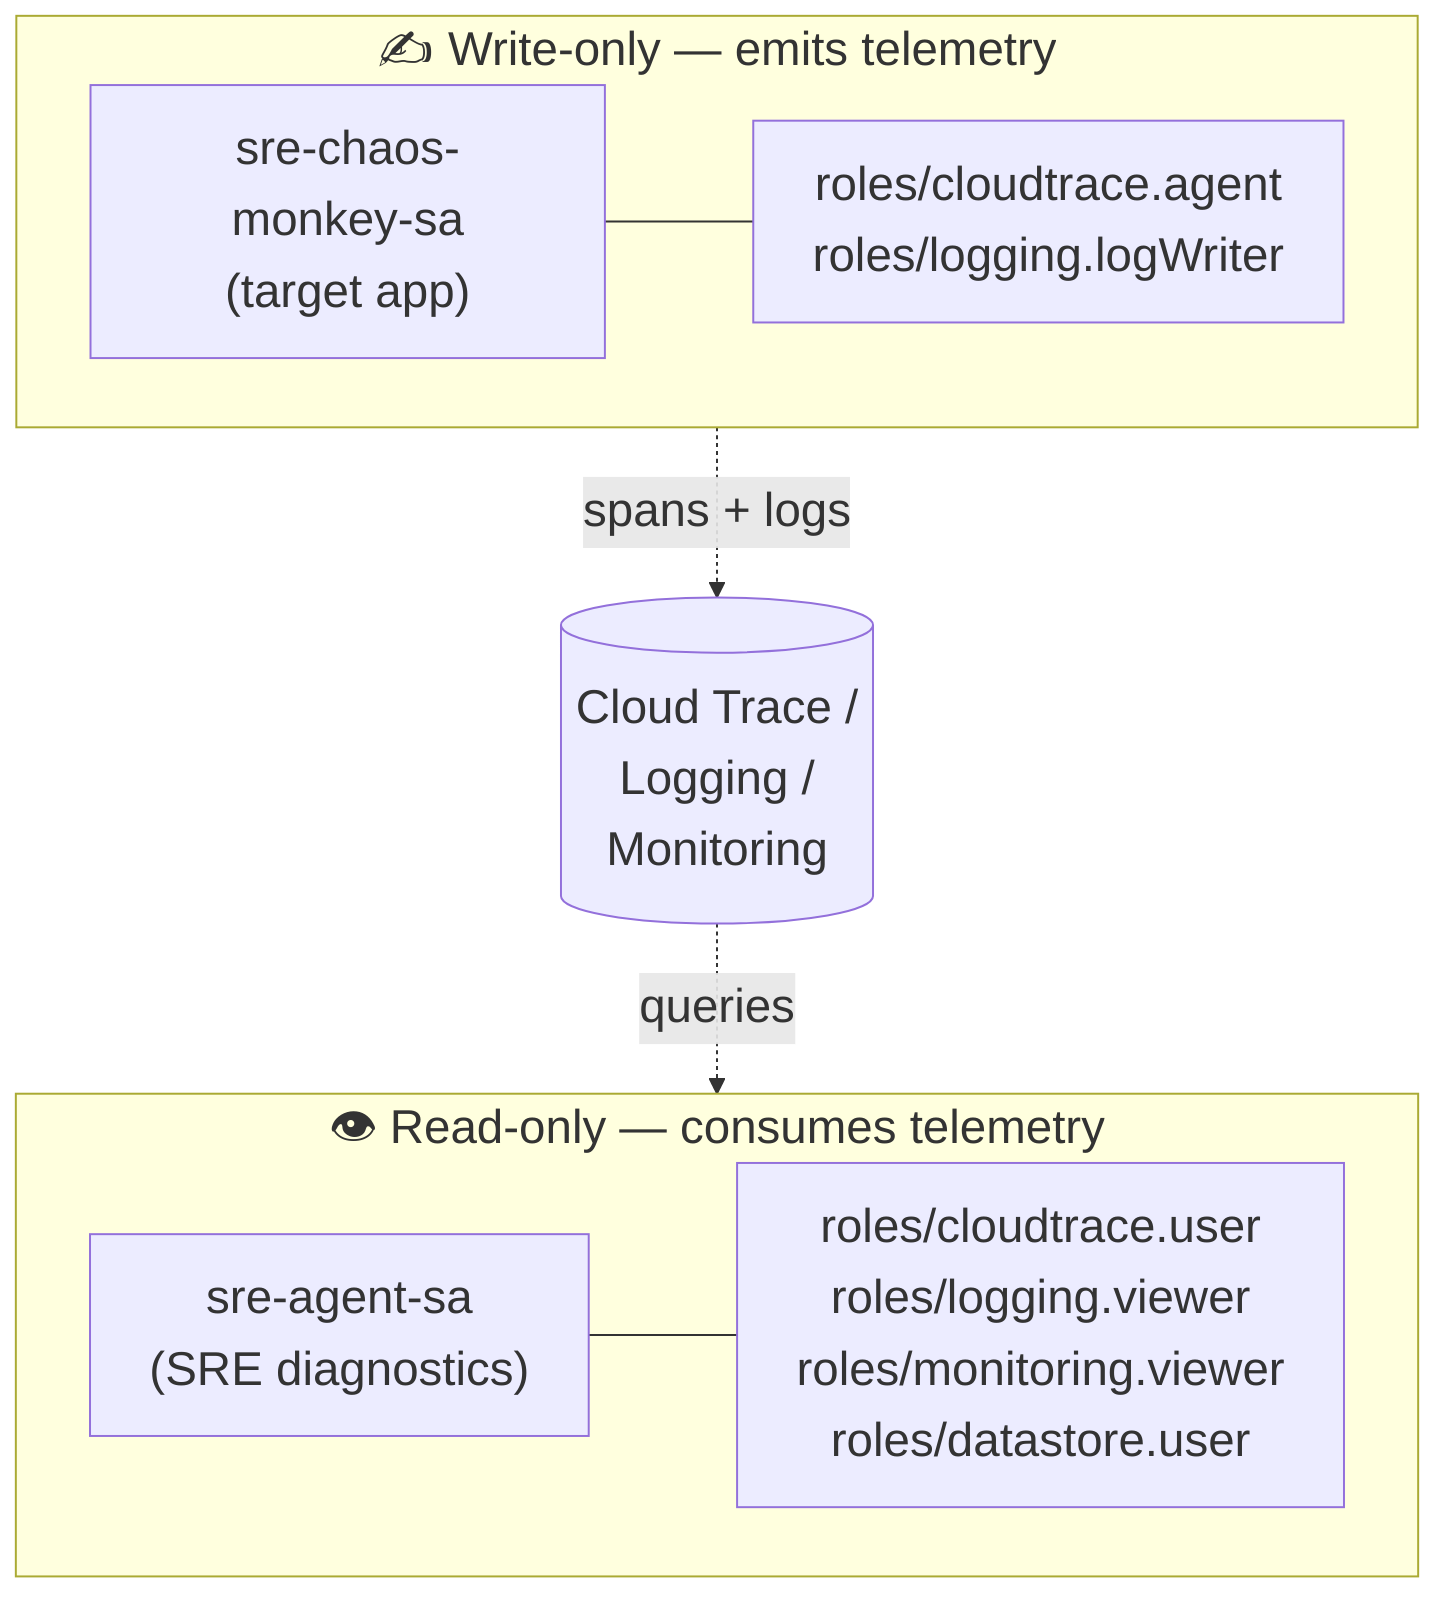
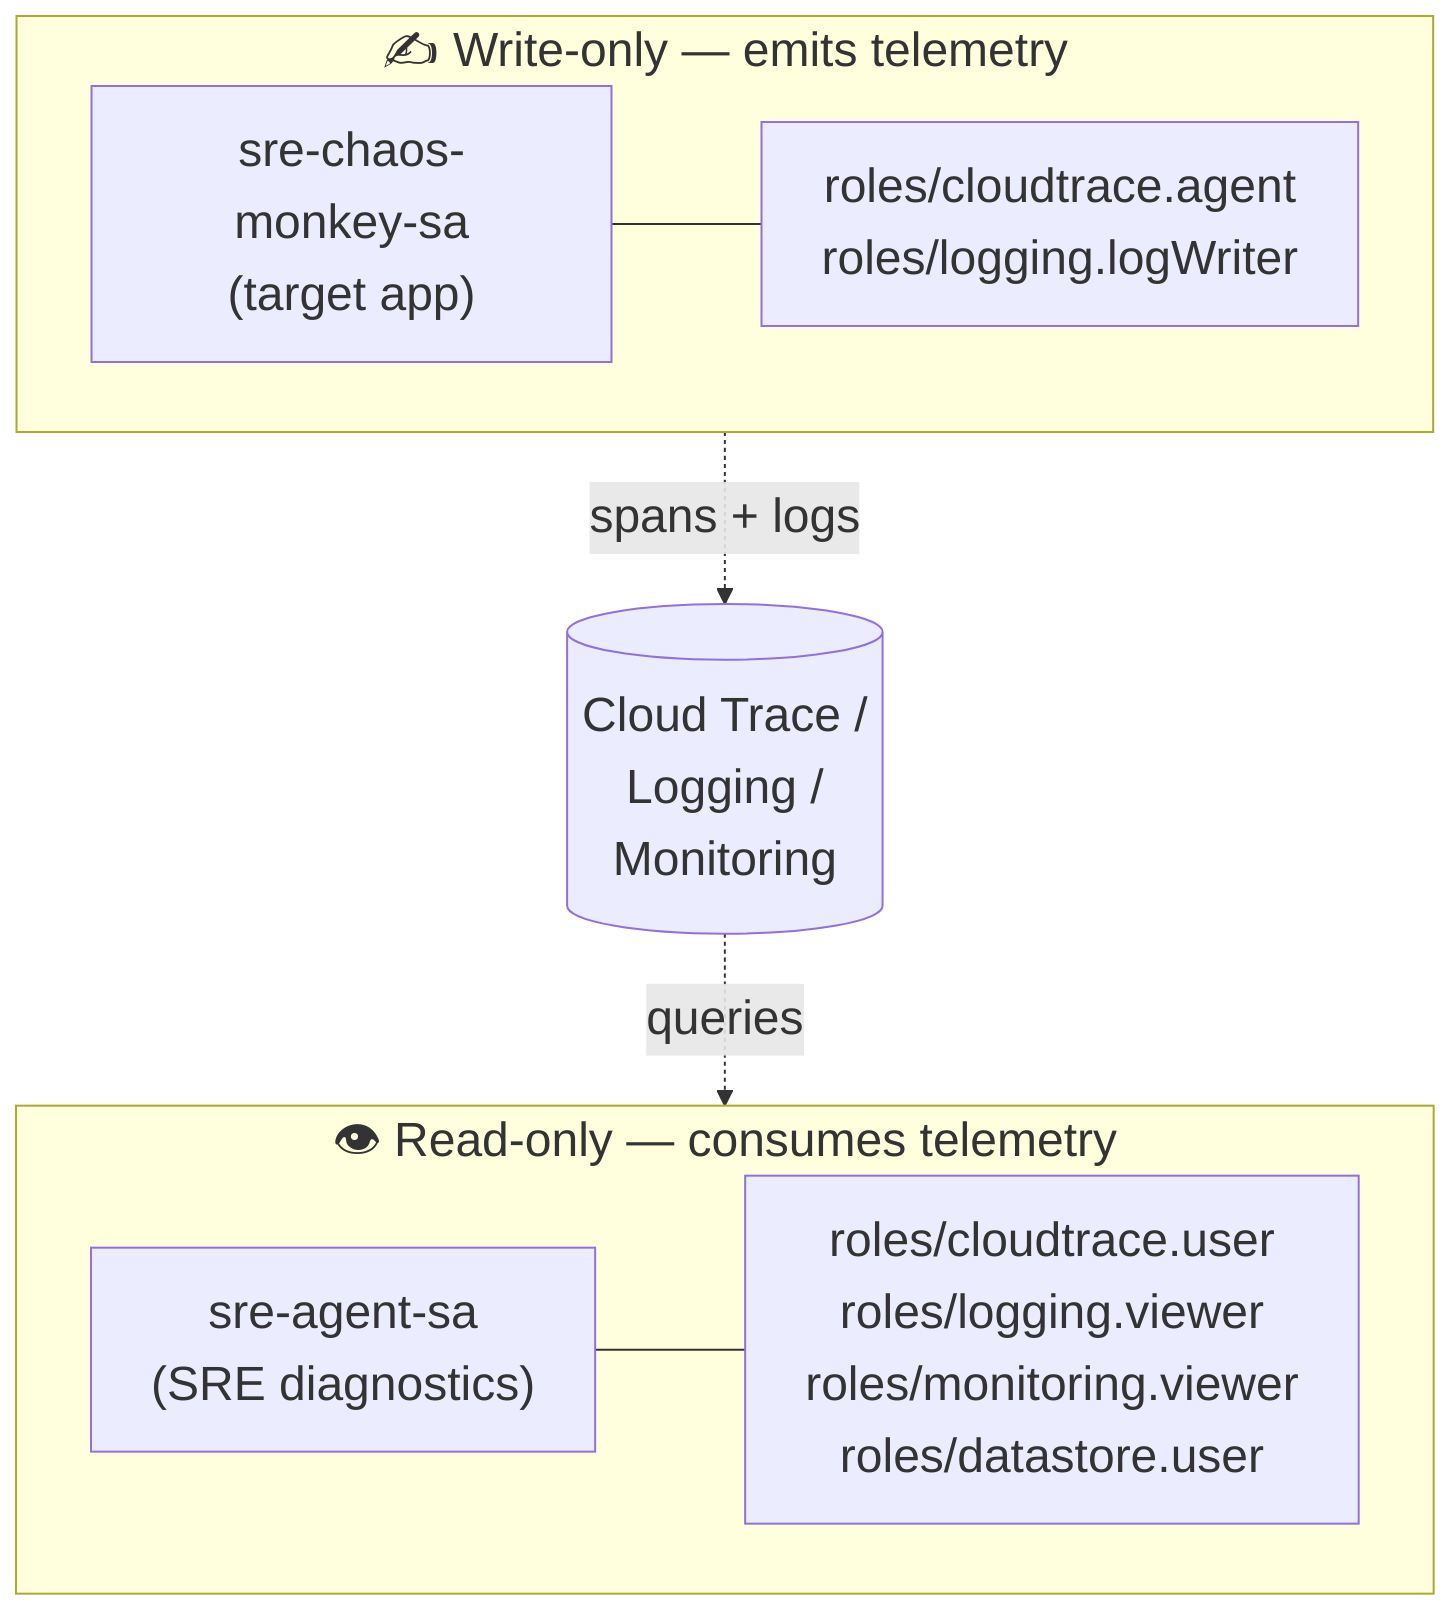
- %%{init: {'themeVariables': {'fontSize': '24px'}}}%%
+ %%{init: {'flowchart': {'useMaxWidth': false}, 'themeVariables': {'fontSize': '24px'}}}%%
flowchart TB
    subgraph W["✍️ Write-only — emits telemetry"]
        direction LR
        A["sre-chaos-monkey-sa<br/>(target app)"] --- AR["roles/cloudtrace.agent<br/>roles/logging.logWriter"]
    end
    O[("Cloud Trace /<br/>Logging /<br/>Monitoring")]
    subgraph R["👁️ Read-only — consumes telemetry"]
        direction LR
        S["sre-agent-sa<br/>(SRE diagnostics)"] --- SR["roles/cloudtrace.user<br/>roles/logging.viewer<br/>roles/monitoring.viewer<br/>roles/datastore.user"]
    end
    A -. "spans + logs" .-> O
    O -. "queries" .-> S
